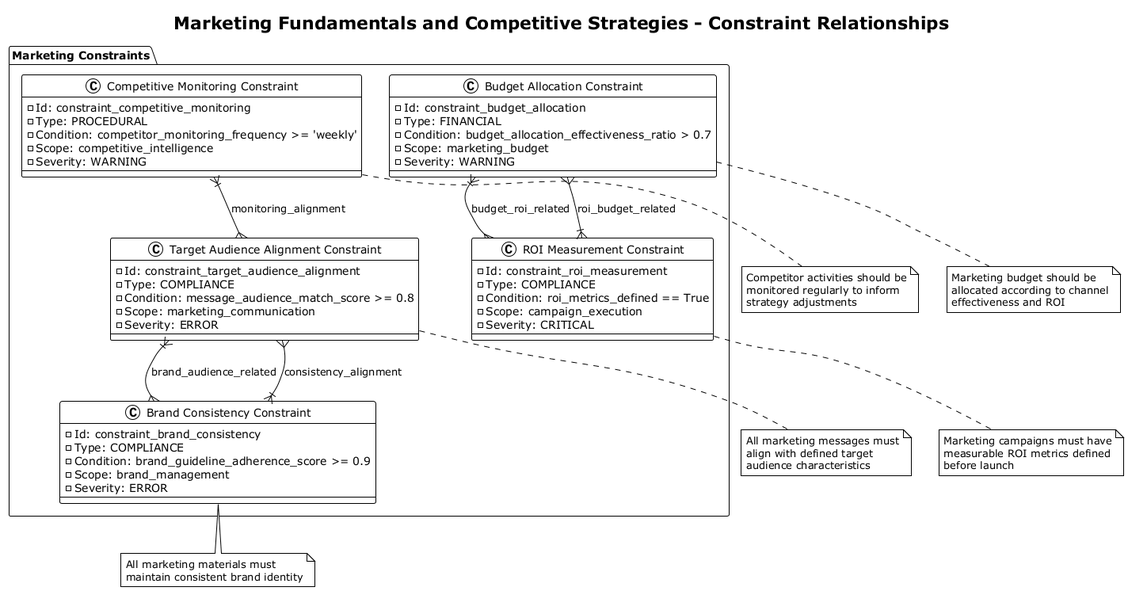
Above: diagrams/marketing_fundamentals_constraints.png in SeppoPakonen/FinCom (PlantUML), before the change. The source it was exported from:
```plantuml
@startuml
!theme plain
title Marketing Fundamentals and Competitive Strategies - Constraint Relationships

package "Marketing Constraints" {
  class "Budget Allocation Constraint" as C1 {
    - Id: constraint_budget_allocation
    - Type: FINANCIAL
    - Condition: budget_allocation_effectiveness_ratio > 0.7
    - Scope: marketing_budget
    - Severity: WARNING
  }

  class "Target Audience Alignment Constraint" as C2 {
    - Id: constraint_target_audience_alignment
    - Type: COMPLIANCE
    - Condition: message_audience_match_score >= 0.8
    - Scope: marketing_communication
    - Severity: ERROR
  }

  class "Brand Consistency Constraint" as C3 {
    - Id: constraint_brand_consistency
    - Type: COMPLIANCE
    - Condition: brand_guideline_adherence_score >= 0.9
    - Scope: brand_management
    - Severity: ERROR
  }

  class "ROI Measurement Constraint" as C4 {
    - Id: constraint_roi_measurement
    - Type: COMPLIANCE
    - Condition: roi_metrics_defined == True
    - Scope: campaign_execution
    - Severity: CRITICAL
  }

  class "Competitive Monitoring Constraint" as C5 {
    - Id: constraint_competitive_monitoring
    - Type: PROCEDURAL
    - Condition: competitor_monitoring_frequency >= 'weekly'
    - Scope: competitive_intelligence
    - Severity: WARNING
  }
}

C1 }|--{ C4 : "budget_roi_related"
C2 }|--{ C3 : "brand_audience_related"
C3 }|--{ C2 : "consistency_alignment"
C4 }|--{ C1 : "roi_budget_related"
C5 }|--{ C2 : "monitoring_alignment"

note bottom of C1
  Marketing budget should be
  allocated according to channel
  effectiveness and ROI
end note

note bottom of C2
  All marketing messages must
  align with defined target
  audience characteristics
end note

note bottom of C3
  All marketing materials must
  maintain consistent brand identity
end note

note bottom of C4
  Marketing campaigns must have
  measurable ROI metrics defined
  before launch
end note

note bottom of C5
  Competitor activities should be
  monitored regularly to inform
  strategy adjustments
end note

@enduml
```
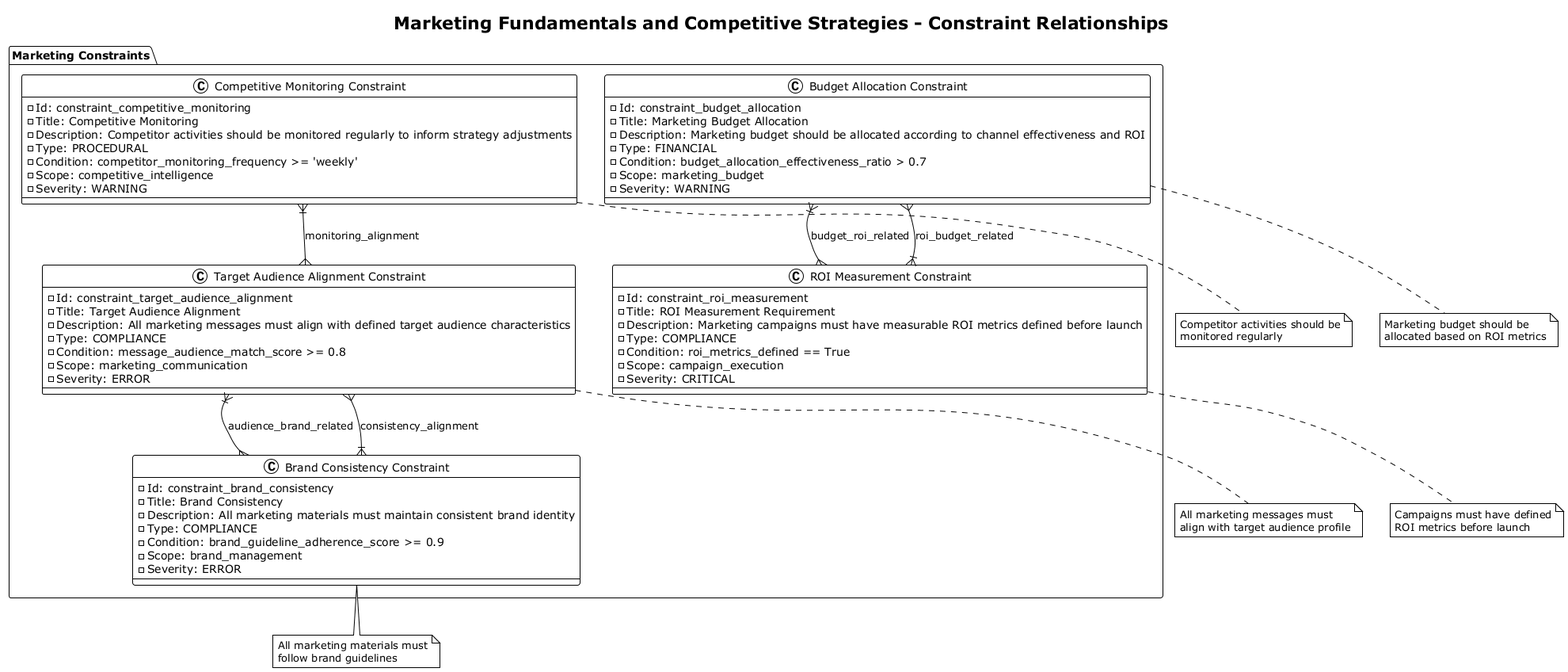
The same diagram one commit later.

Change to the diagram source:
```diff
@@ -5,6 +5,8 @@
 package "Marketing Constraints" {
   class "Budget Allocation Constraint" as C1 {
     - Id: constraint_budget_allocation
+    - Title: Marketing Budget Allocation
+    - Description: Marketing budget should be allocated according to channel effectiveness and ROI
     - Type: FINANCIAL
     - Condition: budget_allocation_effectiveness_ratio > 0.7
     - Scope: marketing_budget
@@ -13,6 +15,8 @@
 
   class "Target Audience Alignment Constraint" as C2 {
     - Id: constraint_target_audience_alignment
+    - Title: Target Audience Alignment
+    - Description: All marketing messages must align with defined target audience characteristics
     - Type: COMPLIANCE
     - Condition: message_audience_match_score >= 0.8
     - Scope: marketing_communication
@@ -21,6 +25,8 @@
 
   class "Brand Consistency Constraint" as C3 {
     - Id: constraint_brand_consistency
+    - Title: Brand Consistency
+    - Description: All marketing materials must maintain consistent brand identity
     - Type: COMPLIANCE
     - Condition: brand_guideline_adherence_score >= 0.9
     - Scope: brand_management
@@ -29,6 +35,8 @@
 
   class "ROI Measurement Constraint" as C4 {
     - Id: constraint_roi_measurement
+    - Title: ROI Measurement Requirement
+    - Description: Marketing campaigns must have measurable ROI metrics defined before launch
     - Type: COMPLIANCE
     - Condition: roi_metrics_defined == True
     - Scope: campaign_execution
@@ -37,6 +45,8 @@
 
   class "Competitive Monitoring Constraint" as C5 {
     - Id: constraint_competitive_monitoring
+    - Title: Competitive Monitoring
+    - Description: Competitor activities should be monitored regularly to inform strategy adjustments
     - Type: PROCEDURAL
     - Condition: competitor_monitoring_frequency >= 'weekly'
     - Scope: competitive_intelligence
@@ -45,38 +55,34 @@
 }
 
 C1 }|--{ C4 : "budget_roi_related"
-C2 }|--{ C3 : "brand_audience_related"
+C2 }|--{ C3 : "audience_brand_related"
 C3 }|--{ C2 : "consistency_alignment"
 C4 }|--{ C1 : "roi_budget_related"
 C5 }|--{ C2 : "monitoring_alignment"
 
 note bottom of C1
   Marketing budget should be
-  allocated according to channel
-  effectiveness and ROI
+  allocated based on ROI metrics
 end note
 
 note bottom of C2
   All marketing messages must
-  align with defined target
-  audience characteristics
+  align with target audience profile
 end note
 
 note bottom of C3
   All marketing materials must
-  maintain consistent brand identity
+  follow brand guidelines
 end note
 
 note bottom of C4
-  Marketing campaigns must have
-  measurable ROI metrics defined
-  before launch
+  Campaigns must have defined
+  ROI metrics before launch
 end note
 
 note bottom of C5
   Competitor activities should be
-  monitored regularly to inform
-  strategy adjustments
+  monitored regularly
 end note
 
 @enduml
```
